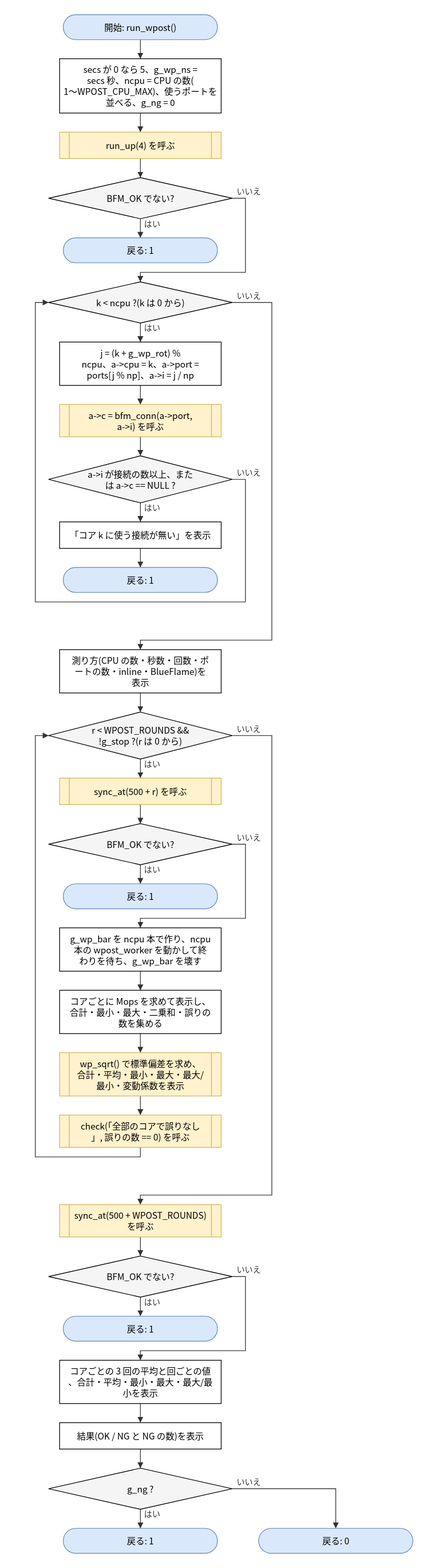
Before: doc/spec/images/flow_test_bfm_test-run_wpost.drawio.svg, a diagram exported from draw.io (hf355051012-ai/bfmem). Source tidied: cells renumbered, new cells last; positions are measured from the earlier drawing's top-left corner, leaving out a move shared by most shapes.
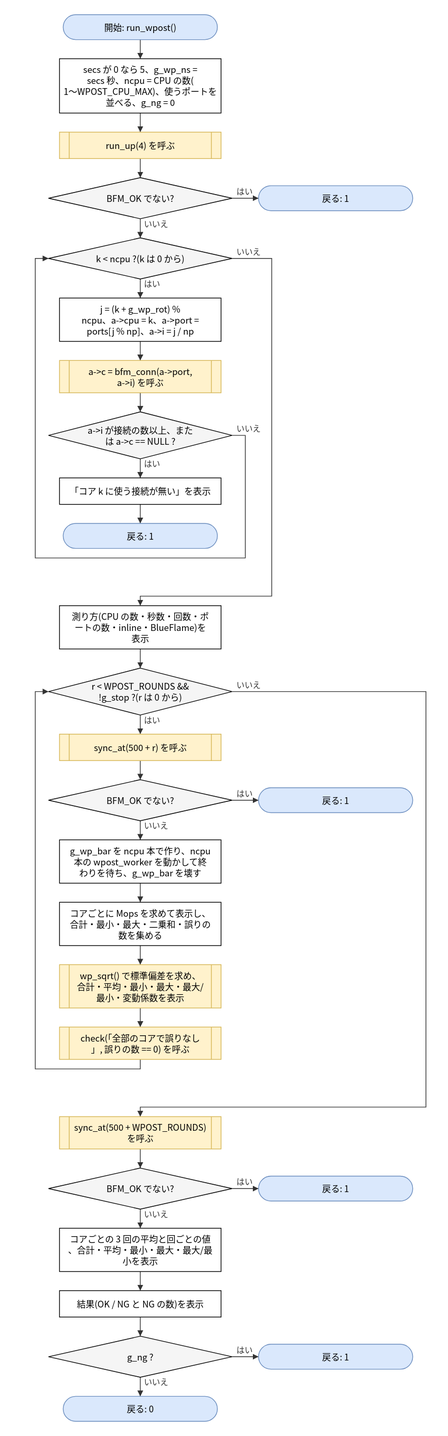
After the change.

What changed in the source:
```diff
@@ -15,76 +15,76 @@
       <mxGeometry x="18" y="222" width="250" height="56" as="geometry" />
     </mxCell>
     <mxCell id="6" value="戻る: 1" style="rounded=1;arcSize=50;whiteSpace=wrap;html=1;fillColor=#dae8fc;strokeColor=#6c8ebf;" parent="1" vertex="1">
-      <mxGeometry x="38" y="304" width="210" height="34" as="geometry" />
+      <mxGeometry x="304" y="233" width="210" height="34" as="geometry" />
     </mxCell>
     <mxCell id="7" value="k &amp;lt; ncpu ?(k は 0 から)" style="rhombus;whiteSpace=wrap;html=1;fillColor=#f5f5f5;" parent="1" vertex="1">
-      <mxGeometry x="18" y="364" width="250" height="56" as="geometry" />
+      <mxGeometry x="18" y="304" width="250" height="56" as="geometry" />
     </mxCell>
     <mxCell id="8" value="j = (k + g_wp_rot) %&lt;br&gt;ncpu、a-&amp;gt;cpu = k、a-&amp;gt;port =&lt;br&gt;ports[j % np]、a-&amp;gt;i = j / np" style="rounded=0;whiteSpace=wrap;html=1;" parent="1" vertex="1">
-      <mxGeometry x="33" y="446" width="220" height="59" as="geometry" />
+      <mxGeometry x="33" y="386" width="220" height="59" as="geometry" />
     </mxCell>
     <mxCell id="9" value="a-&amp;gt;c = bfm_conn(a-&amp;gt;port,&lt;br&gt;a-&amp;gt;i) を呼ぶ" style="shape=process;whiteSpace=wrap;html=1;backgroundOutline=1;size=0.06;fillColor=#fff2cc;strokeColor=#d6b656;" parent="1" vertex="1">
-      <mxGeometry x="33" y="531" width="220" height="44" as="geometry" />
+      <mxGeometry x="33" y="471" width="220" height="44" as="geometry" />
     </mxCell>
     <mxCell id="10" value="a-&amp;gt;i が接続の数以上、また&lt;br&gt;は a-&amp;gt;c == NULL ?" style="rhombus;whiteSpace=wrap;html=1;fillColor=#f5f5f5;" parent="1" vertex="1">
-      <mxGeometry x="18" y="601" width="250" height="64" as="geometry" />
+      <mxGeometry x="18" y="541" width="250" height="64" as="geometry" />
     </mxCell>
     <mxCell id="11" value="「コア k に使う接続が無い」を表示" style="rounded=0;whiteSpace=wrap;html=1;" parent="1" vertex="1">
-      <mxGeometry x="33" y="691" width="220" height="36" as="geometry" />
+      <mxGeometry x="33" y="631" width="220" height="36" as="geometry" />
     </mxCell>
     <mxCell id="12" value="戻る: 1" style="rounded=1;arcSize=50;whiteSpace=wrap;html=1;fillColor=#dae8fc;strokeColor=#6c8ebf;" parent="1" vertex="1">
-      <mxGeometry x="38" y="753" width="210" height="34" as="geometry" />
+      <mxGeometry x="38" y="693" width="210" height="34" as="geometry" />
     </mxCell>
     <mxCell id="13" value="測り方(CPU の数・秒数・回数・ポ&lt;br&gt;ートの数・inline・BlueFlame)を&lt;br&gt;表示" style="rounded=0;whiteSpace=wrap;html=1;" parent="1" vertex="1">
-      <mxGeometry x="33" y="865" width="220" height="59" as="geometry" />
+      <mxGeometry x="33" y="805" width="220" height="59" as="geometry" />
     </mxCell>
     <mxCell id="14" value="r &amp;lt; WPOST_ROUNDS &amp;amp;&amp;amp;&lt;br&gt;!g_stop ?(r は 0 から)" style="rhombus;whiteSpace=wrap;html=1;fillColor=#f5f5f5;" parent="1" vertex="1">
-      <mxGeometry x="18" y="950" width="250" height="64" as="geometry" />
+      <mxGeometry x="18" y="890" width="250" height="64" as="geometry" />
     </mxCell>
     <mxCell id="15" value="sync_at(500 + r) を呼ぶ" style="shape=process;whiteSpace=wrap;html=1;backgroundOutline=1;size=0.06;fillColor=#fff2cc;strokeColor=#d6b656;" parent="1" vertex="1">
-      <mxGeometry x="33" y="1040" width="220" height="36" as="geometry" />
+      <mxGeometry x="33" y="980" width="220" height="36" as="geometry" />
     </mxCell>
     <mxCell id="16" value="BFM_OK でない?" style="rhombus;whiteSpace=wrap;html=1;fillColor=#f5f5f5;" parent="1" vertex="1">
-      <mxGeometry x="18" y="1102" width="250" height="56" as="geometry" />
+      <mxGeometry x="18" y="1042" width="250" height="56" as="geometry" />
     </mxCell>
     <mxCell id="17" value="戻る: 1" style="rounded=1;arcSize=50;whiteSpace=wrap;html=1;fillColor=#dae8fc;strokeColor=#6c8ebf;" parent="1" vertex="1">
-      <mxGeometry x="38" y="1184" width="210" height="34" as="geometry" />
+      <mxGeometry x="304" y="1053" width="210" height="34" as="geometry" />
     </mxCell>
     <mxCell id="18" value="g_wp_bar を ncpu 本で作り、ncpu&lt;br&gt;本の wpost_worker を動かして終&lt;br&gt;わりを待ち、g_wp_bar を壊す" style="rounded=0;whiteSpace=wrap;html=1;" parent="1" vertex="1">
-      <mxGeometry x="33" y="1244" width="220" height="59" as="geometry" />
+      <mxGeometry x="33" y="1124" width="220" height="59" as="geometry" />
     </mxCell>
     <mxCell id="19" value="コアごとに Mops を求めて表示し、&lt;br&gt;合計・最小・最大・二乗和・誤りの&lt;br&gt;数を集める" style="rounded=0;whiteSpace=wrap;html=1;" parent="1" vertex="1">
-      <mxGeometry x="33" y="1329" width="220" height="59" as="geometry" />
+      <mxGeometry x="33" y="1209" width="220" height="59" as="geometry" />
     </mxCell>
     <mxCell id="20" value="wp_sqrt() で標準偏差を求め、&lt;br&gt;合計・平均・最小・最大・最大/&lt;br&gt;最小・変動係数を表示" style="shape=process;whiteSpace=wrap;html=1;backgroundOutline=1;size=0.06;fillColor=#fff2cc;strokeColor=#d6b656;" parent="1" vertex="1">
-      <mxGeometry x="33" y="1414" width="220" height="59" as="geometry" />
+      <mxGeometry x="33" y="1294" width="220" height="59" as="geometry" />
     </mxCell>
     <mxCell id="21" value="check(「全部のコアで誤りなし&lt;br&gt;」, 誤りの数 == 0) を呼ぶ" style="shape=process;whiteSpace=wrap;html=1;backgroundOutline=1;size=0.06;fillColor=#fff2cc;strokeColor=#d6b656;" parent="1" vertex="1">
-      <mxGeometry x="33" y="1499" width="220" height="44" as="geometry" />
+      <mxGeometry x="33" y="1379" width="220" height="44" as="geometry" />
     </mxCell>
     <mxCell id="22" value="sync_at(500 + WPOST_ROUNDS)&lt;br&gt;を呼ぶ" style="shape=process;whiteSpace=wrap;html=1;backgroundOutline=1;size=0.06;fillColor=#fff2cc;strokeColor=#d6b656;" parent="1" vertex="1">
-      <mxGeometry x="33" y="1621" width="220" height="44" as="geometry" />
+      <mxGeometry x="33" y="1501" width="220" height="44" as="geometry" />
     </mxCell>
     <mxCell id="23" value="BFM_OK でない?" style="rhombus;whiteSpace=wrap;html=1;fillColor=#f5f5f5;" parent="1" vertex="1">
-      <mxGeometry x="18" y="1691" width="250" height="56" as="geometry" />
+      <mxGeometry x="18" y="1571" width="250" height="56" as="geometry" />
     </mxCell>
     <mxCell id="24" value="戻る: 1" style="rounded=1;arcSize=50;whiteSpace=wrap;html=1;fillColor=#dae8fc;strokeColor=#6c8ebf;" parent="1" vertex="1">
-      <mxGeometry x="38" y="1773" width="210" height="34" as="geometry" />
+      <mxGeometry x="304" y="1582" width="210" height="34" as="geometry" />
     </mxCell>
     <mxCell id="25" value="コアごとの 3 回の平均と回ごとの値&lt;br&gt;、合計・平均・最小・最大・最大/最&lt;br&gt;小を表示" style="rounded=0;whiteSpace=wrap;html=1;" parent="1" vertex="1">
-      <mxGeometry x="33" y="1833" width="220" height="59" as="geometry" />
+      <mxGeometry x="33" y="1653" width="220" height="59" as="geometry" />
     </mxCell>
     <mxCell id="26" value="結果(OK / NG と NG の数)を表示" style="rounded=0;whiteSpace=wrap;html=1;" parent="1" vertex="1">
-      <mxGeometry x="33" y="1918" width="220" height="36" as="geometry" />
+      <mxGeometry x="33" y="1738" width="220" height="36" as="geometry" />
     </mxCell>
     <mxCell id="27" value="g_ng ?" style="rhombus;whiteSpace=wrap;html=1;fillColor=#f5f5f5;" parent="1" vertex="1">
-      <mxGeometry x="18" y="1980" width="250" height="56" as="geometry" />
+      <mxGeometry x="18" y="1800" width="250" height="56" as="geometry" />
     </mxCell>
     <mxCell id="28" value="戻る: 1" style="rounded=1;arcSize=50;whiteSpace=wrap;html=1;fillColor=#dae8fc;strokeColor=#6c8ebf;" parent="1" vertex="1">
-      <mxGeometry x="38" y="2062" width="210" height="34" as="geometry" />
+      <mxGeometry x="304" y="1811" width="210" height="34" as="geometry" />
     </mxCell>
     <mxCell id="29" value="戻る: 0" style="rounded=1;arcSize=50;whiteSpace=wrap;html=1;fillColor=#dae8fc;strokeColor=#6c8ebf;" parent="1" vertex="1">
-      <mxGeometry x="304" y="2062" width="210" height="34" as="geometry" />
+      <mxGeometry x="38" y="1882" width="210" height="34" as="geometry" />
     </mxCell>
     <mxCell id="30" style="edgeStyle=none;html=1;rounded=0;endArrow=block;endFill=1;exitX=0.5000;exitY=1.0000;exitDx=0;exitDy=0;exitPerimeter=0;entryX=0.5000;entryY=0.0000;entryDx=0;entryDy=0;entryPerimeter=0;" parent="1" edge="1" source="2" target="3">
       <mxGeometry relative="1" as="geometry" />
@@ -95,17 +95,11 @@
     <mxCell id="32" style="edgeStyle=none;html=1;rounded=0;endArrow=block;endFill=1;exitX=0.5000;exitY=1.0000;exitDx=0;exitDy=0;exitPerimeter=0;entryX=0.5000;entryY=0.0000;entryDx=0;entryDy=0;entryPerimeter=0;" parent="1" edge="1" source="4" target="5">
       <mxGeometry relative="1" as="geometry" />
     </mxCell>
-    <mxCell id="33" value="はい" style="edgeStyle=none;html=1;rounded=0;endArrow=block;endFill=1;exitX=0.5000;exitY=1.0000;exitDx=0;exitDy=0;exitPerimeter=0;entryX=0.5000;entryY=0.0000;entryDx=0;entryDy=0;entryPerimeter=0;" parent="1" edge="1" source="5" target="6">
+    <mxCell id="33" value="はい" style="edgeStyle=none;html=1;rounded=0;endArrow=block;endFill=1;exitX=1.0000;exitY=0.5000;exitDx=0;exitDy=0;exitPerimeter=0;entryX=0.0000;entryY=0.5000;entryDx=0;entryDy=0;entryPerimeter=0;" parent="1" edge="1" source="5" target="6">
       <mxGeometry relative="1" as="geometry" />
     </mxCell>
-    <mxCell id="34" value="いいえ" style="edgeStyle=none;html=1;rounded=0;endArrow=block;endFill=1;exitX=1.0000;exitY=0.5000;exitDx=0;exitDy=0;exitPerimeter=0;entryX=0.5000;entryY=0.0000;entryDx=0;entryDy=0;entryPerimeter=0;" parent="1" edge="1" source="5" target="7">
-      <mxGeometry relative="1" as="geometry">
-        <Array as="points">
-          <mxPoint x="286" y="250" />
-          <mxPoint x="286" y="351" />
-          <mxPoint x="143" y="351" />
-        </Array>
-      </mxGeometry>
+    <mxCell id="34" value="いいえ" style="edgeStyle=none;html=1;rounded=0;endArrow=block;endFill=1;exitX=0.5000;exitY=1.0000;exitDx=0;exitDy=0;exitPerimeter=0;entryX=0.5000;entryY=0.0000;entryDx=0;entryDy=0;entryPerimeter=0;" parent="1" edge="1" source="5" target="7">
+      <mxGeometry relative="1" as="geometry" />
     </mxCell>
     <mxCell id="35" value="はい" style="edgeStyle=none;html=1;rounded=0;endArrow=block;endFill=1;exitX=0.5000;exitY=1.0000;exitDx=0;exitDy=0;exitPerimeter=0;entryX=0.5000;entryY=0.0000;entryDx=0;entryDy=0;entryPerimeter=0;" parent="1" edge="1" source="7" target="8">
       <mxGeometry relative="1" as="geometry" />
@@ -125,19 +119,19 @@
     <mxCell id="40" value="いいえ" style="edgeStyle=none;html=1;rounded=0;endArrow=block;endFill=1;exitX=1.0000;exitY=0.5000;exitDx=0;exitDy=0;exitPerimeter=0;entryX=0.0000;entryY=0.5000;entryDx=0;entryDy=0;entryPerimeter=0;" parent="1" edge="1" source="10" target="7">
       <mxGeometry relative="1" as="geometry">
         <Array as="points">
-          <mxPoint x="286" y="633" />
-          <mxPoint x="286" y="800" />
-          <mxPoint y="800" />
-          <mxPoint y="392" />
+          <mxPoint x="286" y="573" />
+          <mxPoint x="286" y="740" />
+          <mxPoint y="740" />
+          <mxPoint y="332" />
         </Array>
       </mxGeometry>
     </mxCell>
     <mxCell id="41" value="いいえ" style="edgeStyle=none;html=1;rounded=0;endArrow=block;endFill=1;exitX=1.0000;exitY=0.5000;exitDx=0;exitDy=0;exitPerimeter=0;entryX=0.5000;entryY=0.0000;entryDx=0;entryDy=0;entryPerimeter=0;" parent="1" edge="1" source="7" target="13">
       <mxGeometry relative="1" as="geometry">
         <Array as="points">
-          <mxPoint x="322" y="392" />
-          <mxPoint x="322" y="852" />
-          <mxPoint x="143" y="852" />
+          <mxPoint x="322" y="332" />
+          <mxPoint x="322" y="792" />
+          <mxPoint x="143" y="792" />
         </Array>
       </mxGeometry>
     </mxCell>
@@ -150,17 +144,11 @@
     <mxCell id="44" style="edgeStyle=none;html=1;rounded=0;endArrow=block;endFill=1;exitX=0.5000;exitY=1.0000;exitDx=0;exitDy=0;exitPerimeter=0;entryX=0.5000;entryY=0.0000;entryDx=0;entryDy=0;entryPerimeter=0;" parent="1" edge="1" source="15" target="16">
       <mxGeometry relative="1" as="geometry" />
     </mxCell>
-    <mxCell id="45" value="はい" style="edgeStyle=none;html=1;rounded=0;endArrow=block;endFill=1;exitX=0.5000;exitY=1.0000;exitDx=0;exitDy=0;exitPerimeter=0;entryX=0.5000;entryY=0.0000;entryDx=0;entryDy=0;entryPerimeter=0;" parent="1" edge="1" source="16" target="17">
+    <mxCell id="45" value="はい" style="edgeStyle=none;html=1;rounded=0;endArrow=block;endFill=1;exitX=1.0000;exitY=0.5000;exitDx=0;exitDy=0;exitPerimeter=0;entryX=0.0000;entryY=0.5000;entryDx=0;entryDy=0;entryPerimeter=0;" parent="1" edge="1" source="16" target="17">
       <mxGeometry relative="1" as="geometry" />
     </mxCell>
-    <mxCell id="46" value="いいえ" style="edgeStyle=none;html=1;rounded=0;endArrow=block;endFill=1;exitX=1.0000;exitY=0.5000;exitDx=0;exitDy=0;exitPerimeter=0;entryX=0.5000;entryY=0.0000;entryDx=0;entryDy=0;entryPerimeter=0;" parent="1" edge="1" source="16" target="18">
-      <mxGeometry relative="1" as="geometry">
-        <Array as="points">
-          <mxPoint x="286" y="1130" />
-          <mxPoint x="286" y="1231" />
-          <mxPoint x="143" y="1231" />
-        </Array>
-      </mxGeometry>
+    <mxCell id="46" value="いいえ" style="edgeStyle=none;html=1;rounded=0;endArrow=block;endFill=1;exitX=0.5000;exitY=1.0000;exitDx=0;exitDy=0;exitPerimeter=0;entryX=0.5000;entryY=0.0000;entryDx=0;entryDy=0;entryPerimeter=0;" parent="1" edge="1" source="16" target="18">
+      <mxGeometry relative="1" as="geometry" />
     </mxCell>
     <mxCell id="47" style="edgeStyle=none;html=1;rounded=0;endArrow=block;endFill=1;exitX=0.5000;exitY=1.0000;exitDx=0;exitDy=0;exitPerimeter=0;entryX=0.5000;entryY=0.0000;entryDx=0;entryDy=0;entryPerimeter=0;" parent="1" edge="1" source="18" target="19">
       <mxGeometry relative="1" as="geometry" />
@@ -174,35 +162,29 @@
     <mxCell id="50" style="edgeStyle=none;html=1;rounded=0;endArrow=block;endFill=1;exitX=0.5000;exitY=1.0000;exitDx=0;exitDy=0;exitPerimeter=0;entryX=0.0000;entryY=0.5000;entryDx=0;entryDy=0;entryPerimeter=0;" parent="1" edge="1" source="21" target="14">
       <mxGeometry relative="1" as="geometry">
         <Array as="points">
-          <mxPoint x="143" y="1556" />
-          <mxPoint y="1556" />
-          <mxPoint y="982" />
+          <mxPoint x="143" y="1436" />
+          <mxPoint y="1436" />
+          <mxPoint y="922" />
         </Array>
       </mxGeometry>
     </mxCell>
     <mxCell id="51" value="いいえ" style="edgeStyle=none;html=1;rounded=0;endArrow=block;endFill=1;exitX=1.0000;exitY=0.5000;exitDx=0;exitDy=0;exitPerimeter=0;entryX=0.5000;entryY=0.0000;entryDx=0;entryDy=0;entryPerimeter=0;" parent="1" edge="1" source="14" target="22">
       <mxGeometry relative="1" as="geometry">
         <Array as="points">
-          <mxPoint x="322" y="982" />
-          <mxPoint x="322" y="1608" />
-          <mxPoint x="143" y="1608" />
+          <mxPoint x="532" y="922" />
+          <mxPoint x="532" y="1488" />
+          <mxPoint x="143" y="1488" />
         </Array>
       </mxGeometry>
     </mxCell>
     <mxCell id="52" style="edgeStyle=none;html=1;rounded=0;endArrow=block;endFill=1;exitX=0.5000;exitY=1.0000;exitDx=0;exitDy=0;exitPerimeter=0;entryX=0.5000;entryY=0.0000;entryDx=0;entryDy=0;entryPerimeter=0;" parent="1" edge="1" source="22" target="23">
       <mxGeometry relative="1" as="geometry" />
     </mxCell>
-    <mxCell id="53" value="はい" style="edgeStyle=none;html=1;rounded=0;endArrow=block;endFill=1;exitX=0.5000;exitY=1.0000;exitDx=0;exitDy=0;exitPerimeter=0;entryX=0.5000;entryY=0.0000;entryDx=0;entryDy=0;entryPerimeter=0;" parent="1" edge="1" source="23" target="24">
+    <mxCell id="53" value="はい" style="edgeStyle=none;html=1;rounded=0;endArrow=block;endFill=1;exitX=1.0000;exitY=0.5000;exitDx=0;exitDy=0;exitPerimeter=0;entryX=0.0000;entryY=0.5000;entryDx=0;entryDy=0;entryPerimeter=0;" parent="1" edge="1" source="23" target="24">
       <mxGeometry relative="1" as="geometry" />
     </mxCell>
-    <mxCell id="54" value="いいえ" style="edgeStyle=none;html=1;rounded=0;endArrow=block;endFill=1;exitX=1.0000;exitY=0.5000;exitDx=0;exitDy=0;exitPerimeter=0;entryX=0.5000;entryY=0.0000;entryDx=0;entryDy=0;entryPerimeter=0;" parent="1" edge="1" source="23" target="25">
-      <mxGeometry relative="1" as="geometry">
-        <Array as="points">
-          <mxPoint x="286" y="1719" />
-          <mxPoint x="286" y="1820" />
-          <mxPoint x="143" y="1820" />
-        </Array>
-      </mxGeometry>
+    <mxCell id="54" value="いいえ" style="edgeStyle=none;html=1;rounded=0;endArrow=block;endFill=1;exitX=0.5000;exitY=1.0000;exitDx=0;exitDy=0;exitPerimeter=0;entryX=0.5000;entryY=0.0000;entryDx=0;entryDy=0;entryPerimeter=0;" parent="1" edge="1" source="23" target="25">
+      <mxGeometry relative="1" as="geometry" />
     </mxCell>
     <mxCell id="55" style="edgeStyle=none;html=1;rounded=0;endArrow=block;endFill=1;exitX=0.5000;exitY=1.0000;exitDx=0;exitDy=0;exitPerimeter=0;entryX=0.5000;entryY=0.0000;entryDx=0;entryDy=0;entryPerimeter=0;" parent="1" edge="1" source="25" target="26">
       <mxGeometry relative="1" as="geometry" />
@@ -210,15 +192,11 @@
     <mxCell id="56" style="edgeStyle=none;html=1;rounded=0;endArrow=block;endFill=1;exitX=0.5000;exitY=1.0000;exitDx=0;exitDy=0;exitPerimeter=0;entryX=0.5000;entryY=0.0000;entryDx=0;entryDy=0;entryPerimeter=0;" parent="1" edge="1" source="26" target="27">
       <mxGeometry relative="1" as="geometry" />
     </mxCell>
-    <mxCell id="57" value="はい" style="edgeStyle=none;html=1;rounded=0;endArrow=block;endFill=1;exitX=0.5000;exitY=1.0000;exitDx=0;exitDy=0;exitPerimeter=0;entryX=0.5000;entryY=0.0000;entryDx=0;entryDy=0;entryPerimeter=0;" parent="1" edge="1" source="27" target="28">
+    <mxCell id="57" value="はい" style="edgeStyle=none;html=1;rounded=0;endArrow=block;endFill=1;exitX=1.0000;exitY=0.5000;exitDx=0;exitDy=0;exitPerimeter=0;entryX=0.0000;entryY=0.5000;entryDx=0;entryDy=0;entryPerimeter=0;" parent="1" edge="1" source="27" target="28">
       <mxGeometry relative="1" as="geometry" />
     </mxCell>
-    <mxCell id="58" value="いいえ" style="edgeStyle=none;html=1;rounded=0;endArrow=block;endFill=1;exitX=1.0000;exitY=0.5000;exitDx=0;exitDy=0;exitPerimeter=0;entryX=0.5000;entryY=0.0000;entryDx=0;entryDy=0;entryPerimeter=0;" parent="1" edge="1" source="27" target="29">
-      <mxGeometry relative="1" as="geometry">
-        <Array as="points">
-          <mxPoint x="409" y="2008" />
-        </Array>
-      </mxGeometry>
+    <mxCell id="58" value="いいえ" style="edgeStyle=none;html=1;rounded=0;endArrow=block;endFill=1;exitX=0.5000;exitY=1.0000;exitDx=0;exitDy=0;exitPerimeter=0;entryX=0.5000;entryY=0.0000;entryDx=0;entryDy=0;entryPerimeter=0;" parent="1" edge="1" source="27" target="29">
+      <mxGeometry relative="1" as="geometry" />
     </mxCell>
   </root>
 </mxGraphModel>
```
